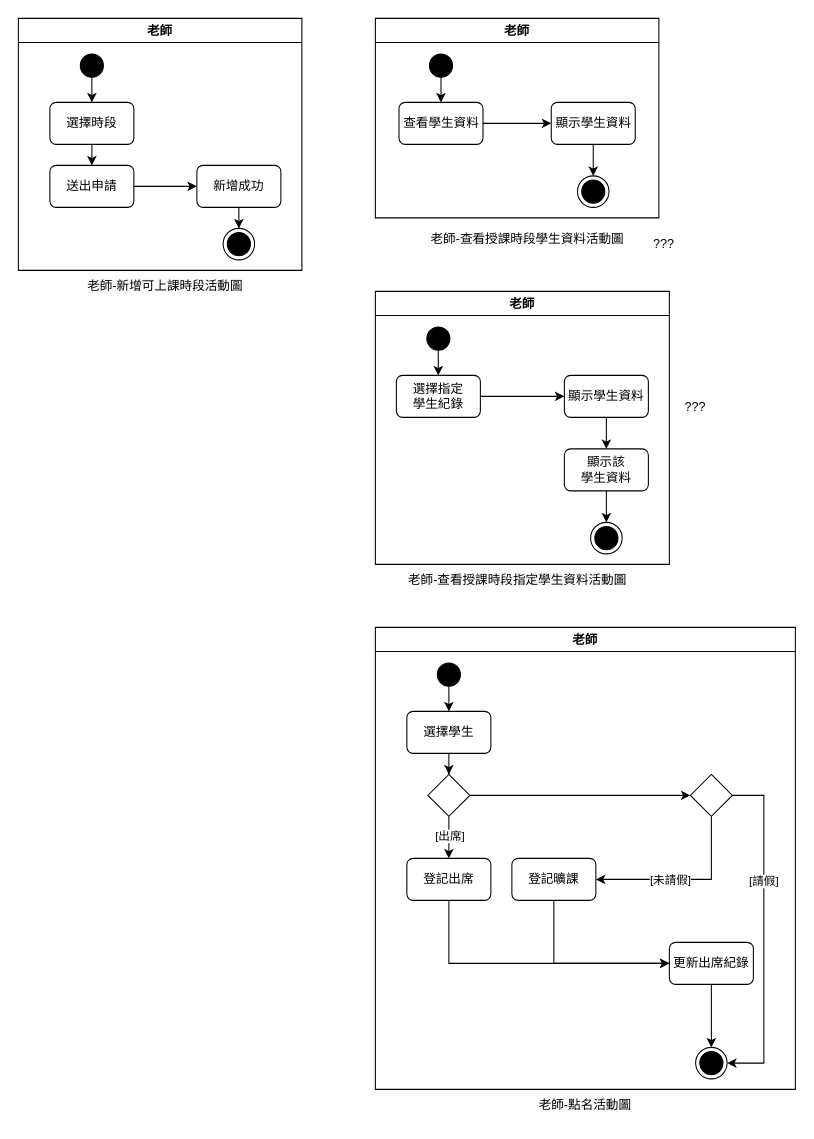
Before: page "活動圖-老師" (7 of 8) of 各種圖/圖2.drawio in LinYiChen01/NNCS_Dashboard, a draw.io diagram. Source tidied: cells renumbered, new cells numbered last; positions are measured from the earlier drawing's top-left corner, leaving out a move shared by most shapes. Both pictures are drawn from the tidied source at 105%, with x=0, y=0 at pixel (18, 18).
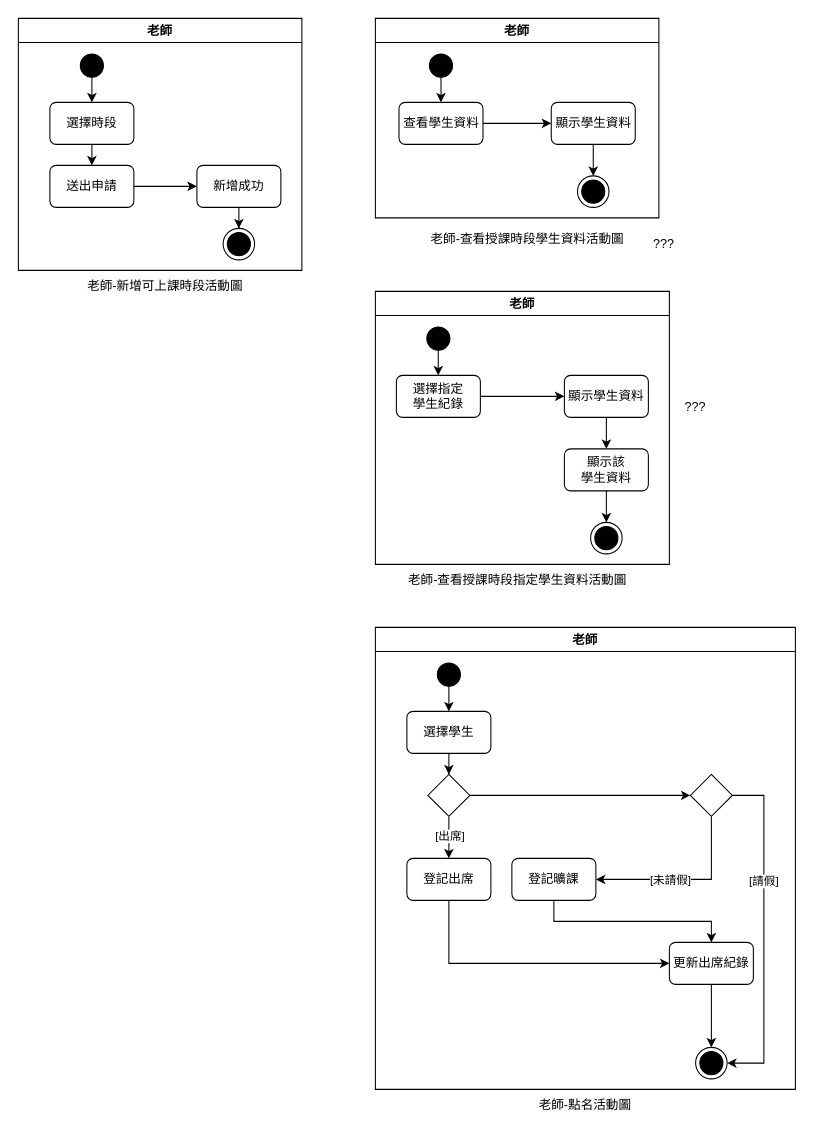
Above is the later version.

Unchanged cells that the change refers to:
```xml
<mxCell id="32" value="登記曠課" style="rounded=1;whiteSpace=wrap;html=1;" parent="24" vertex="1">
  <mxGeometry x="130" y="220" width="80" height="40" as="geometry" />
</mxCell>
<mxCell id="56" value="更新&lt;span style=&quot;background-color: initial;&quot;&gt;出席紀錄&lt;/span&gt;" style="rounded=1;whiteSpace=wrap;html=1;" parent="1" vertex="1">
  <mxGeometry x="620" y="880" width="80" height="40" as="geometry" />
</mxCell>
```

What changed in the source:
```diff
@@
-    <mxCell id="39" style="edgeStyle=orthogonalEdgeStyle;rounded=0;jettySize=auto;html=1;entryX=0;entryY=0.5;entryDx=0;entryDy=0;exitX=0.5;exitY=1;exitDx=0;exitDy=0;" parent="1" edge="1" source="32" target="56">
-      <mxGeometry relative="1" as="geometry" />
+    <mxCell id="39" style="edgeStyle=orthogonalEdgeStyle;rounded=0;jettySize=auto;html=1;entryX=0.5;entryY=0;entryDx=0;entryDy=0;exitX=0.5;exitY=1;exitDx=0;exitDy=0;" parent="1" edge="1" source="32" target="56">
+      <mxGeometry relative="1" as="geometry">
+        <Array as="points">
+          <mxPoint x="510" y="860" />
+          <mxPoint x="660" y="860" />
+        </Array>
+      </mxGeometry>
     </mxCell>
```
